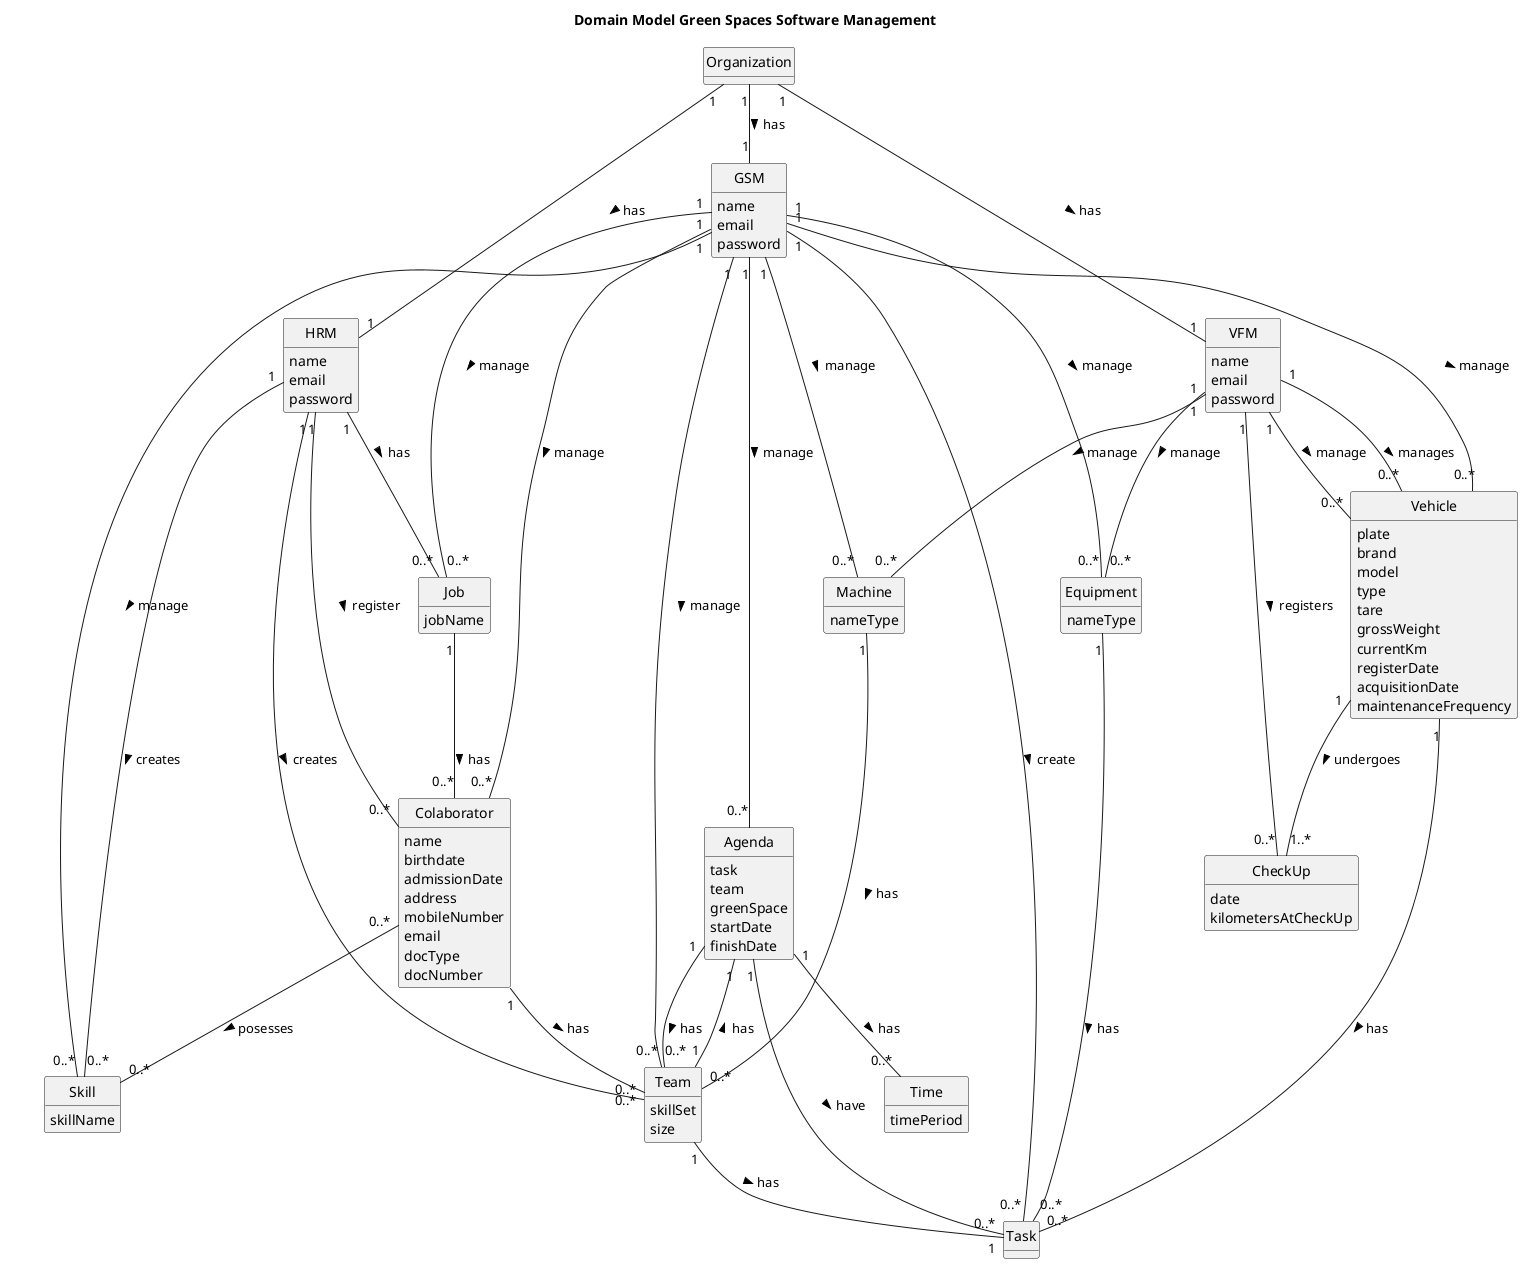
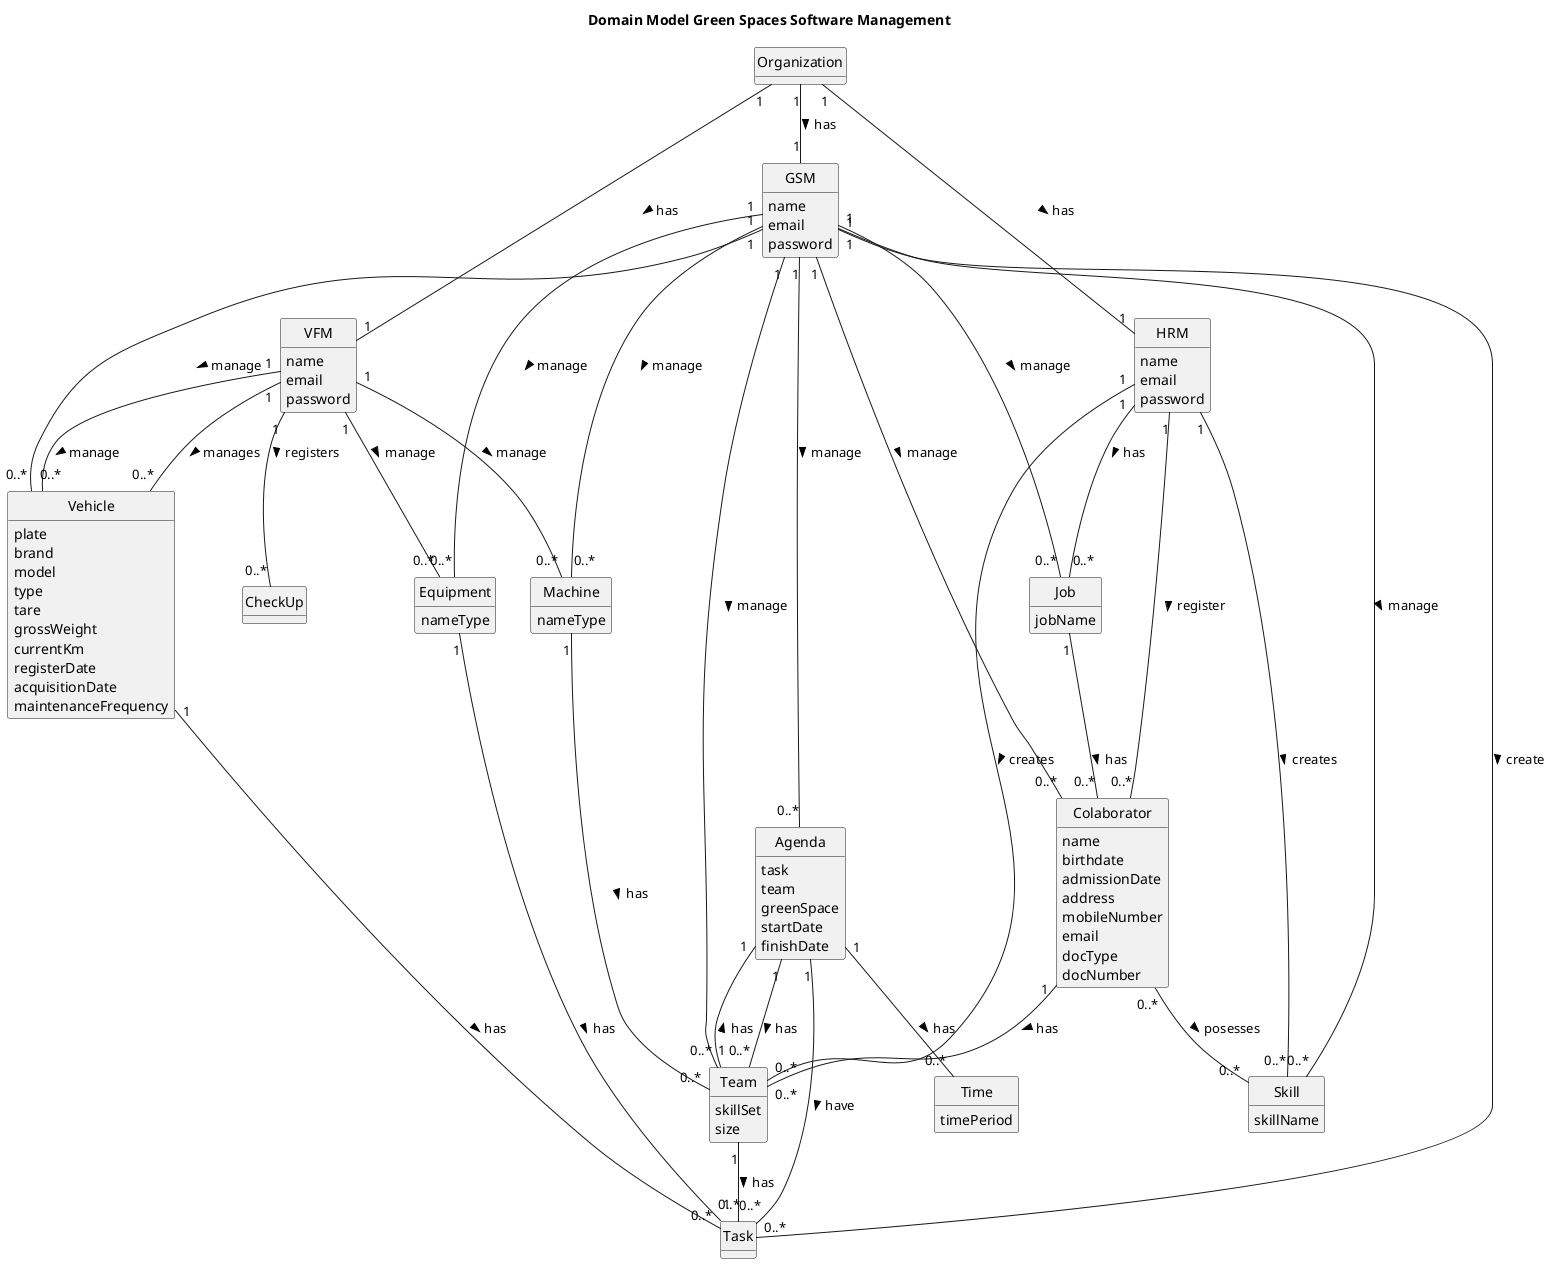
@startuml
skinparam monochrome true
skinparam packageStyle rectangle
skinparam shadowing false
'skinparam linetype ortho
'left to right direction
skinparam classAttributeIconSize 0
hide circle
hide methods
title Domain Model Green Spaces Software Management

'class Platform {
'  -description
'}

class Organization {
}

class Task {
}


class HRM{
    name
    email
    password
}

class Skill{
    skillName
}

class VFM{
    name
    email
    password
}

class GSM{
    name
    email
    password
}

class Vehicle{
    plate
    brand
    model
    type
    tare
    grossWeight
    currentKm
    registerDate
    acquisitionDate
    maintenanceFrequency
- }
- 
- class CheckUp {
-     date
-     kilometersAtCheckUp
}

class Agenda{
    task
    team
    greenSpace
    startDate
    finishDate
}

class Equipment{
    nameType
}

class Job{
    jobName
}

class Machine{
    nameType
}

class Team{
    skillSet
    size
}


class Colaborator {
    name
    birthdate
    admissionDate
    address
    mobileNumber
    email
    docType
    docNumber
}

class Time{
    timePeriod
}


Organization "1" -- "1" HRM : has >
Organization "1" -- "1" VFM : has >
Organization "1" -- "1" GSM : has >

HRM "1" -- "0..*" Colaborator : register >
HRM "1" -- "0..*" Job : has >
HRM "1" -- "0..*" Team : creates >
HRM "1" -- "0..*" Skill : creates >

VFM "1" -- "0..*" Vehicle : manage >
VFM "1" -- "0..*" Equipment : manage >
VFM "1" -- "0..*" Machine : manage >
VFM "1" -- "0..*" Vehicle : manages >
VFM "1" -- "0..*" CheckUp : registers >

GSM "1" --- "0..*" Colaborator : manage >
GSM "1" --- "0..*" Vehicle : manage >
GSM "1" --- "0..*" Team : manage >
GSM "1" --- "0..*" Task : create >
GSM "1" --- "0..*" Equipment : manage >
- 'GSM "1" --- "0..1" CheckUpList : see >
GSM "1" --- "0..*" Job : manage >
GSM "1" --- "0..*" Machine : manage >
GSM "1" - "0..*" Agenda : manage >
GSM "1" --- "0..*" Skill : manage >

Vehicle "1" -- "0..*" Task : has >
- Vehicle "1" -- "1..*" CheckUp : undergoes >

Equipment "1" -- "0..*" Task : has >

Colaborator "0..*" -- "0..*" Skill : posesses >
Colaborator "1" -- "0..*" Team : has >

Job "1" -- "0..*" Colaborator : has >

Team "1" -- "1" Task : has >
Team "1" -- "1" Agenda : has >

Machine "1" -- "0..*" Team : has >


Agenda "1" -- "0..*" Team : has >
Agenda "1" -- "0..*" Task : have >
Agenda "1" -- "0..*" Time : has >



@enduml